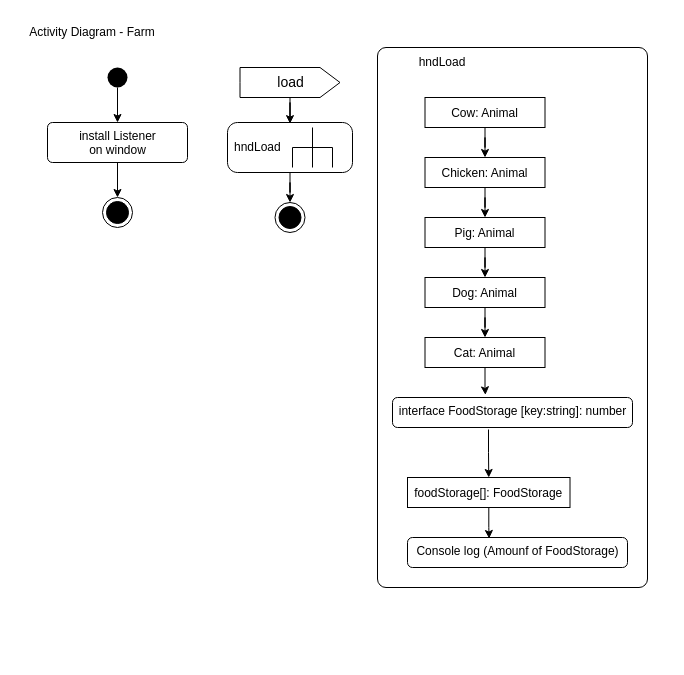
DieErdnuss/EIA_2 keeps this draw.io diagram as L09_Classes/Farm/Konzept/Activity Diagram_Farm.drawio. Above is the earlier version. Source tidied: cells renumbered, new cells numbered last; positions are measured from the earlier drawing's top-left corner, leaving out a move shared by most shapes. Both pictures are drawn from the tidied source at 100%, with x=0, y=0 at pixel (17, 17).
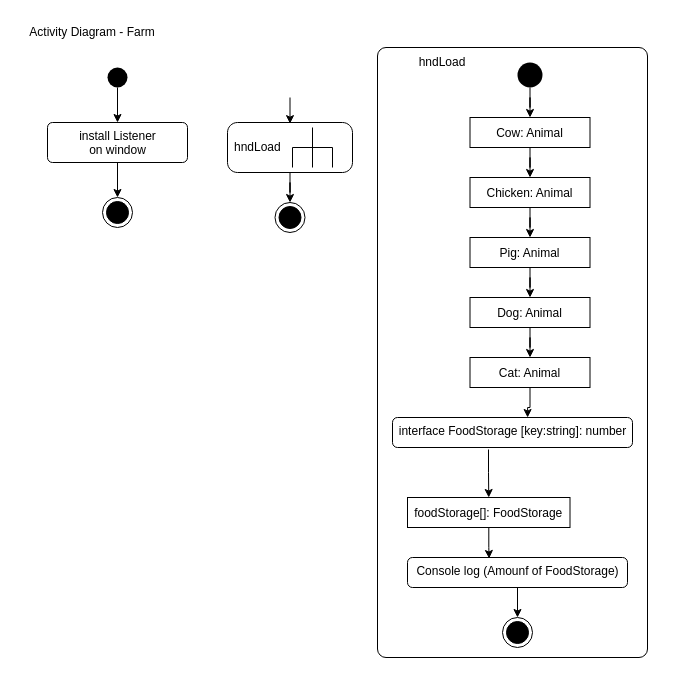
The same page after the edit.

Unchanged cells that the change refers to:
```xml
<mxCell id="4" value="hndLoad" style="shape=mxgraph.uml25.behaviorAction;html=1;rounded=1;absoluteArcSize=1;arcSize=10;align=left;spacingLeft=5;fontSize=12;" parent="1" vertex="1">
  <mxGeometry x="210" y="105" width="125" height="50" as="geometry" />
</mxCell>
<mxCell id="17" value="Cow: Animal" style="fontStyle=0;fontSize=12;" parent="16" vertex="1">
  <mxGeometry x="22.5" width="120" height="30" as="geometry" />
</mxCell>
<mxCell id="21" value="Cat: Animal" style="fontStyle=0;fontSize=12;" parent="16" vertex="1">
  <mxGeometry x="22.5" y="240" width="120" height="30" as="geometry" />
</mxCell>
```

The edit, as a diff of the source:
```diff
@@
-    <mxCell id="8" style="edgeStyle=orthogonalEdgeStyle;rounded=0;jettySize=auto;html=1;entryX=0.5;entryY=0.023;entryDx=0;entryDy=0;entryPerimeter=0;fontSize=12;" parent="1" edge="1" source="9" target="4">
-      <mxGeometry relative="1" as="geometry" />
+    <mxCell id="8" style="edgeStyle=orthogonalEdgeStyle;rounded=0;jettySize=auto;html=1;entryX=0.5;entryY=0.023;entryDx=0;entryDy=0;entryPerimeter=0;fontSize=12;" parent="1" edge="1" target="4">
+      <mxGeometry relative="1" as="geometry">
+        <mxPoint x="272.5" y="80" as="sourcePoint" />
+      </mxGeometry>
     </mxCell>
-    <mxCell id="9" value="load" style="html=1;shape=mxgraph.infographic.ribbonSimple;notch1=0;notch2=20;align=center;verticalAlign=middle;fontSize=14;fontStyle=0;fillColor=#FFFFFF;" parent="1" vertex="1">
-      <mxGeometry x="222.5" y="50" width="100" height="30" as="geometry" />
-    </mxCell>
@@
     <mxCell id="13" style="group;" parent="1" vertex="1">
-      <mxGeometry x="360" y="30" width="270" height="540" as="geometry" />
+      <mxGeometry x="360" y="30" width="290" height="610" as="geometry" />
     </mxCell>
     <mxCell id="14" value="&lt;div align=&quot;left&quot;&gt;&lt;br&gt;&lt;/div&gt;" style="html=1;align=left;verticalAlign=middle;rounded=1;absoluteArcSize=1;arcSize=17;dashed=0;fontSize=12;" parent="13" vertex="1">
-      <mxGeometry width="270" height="540" as="geometry" />
+      <mxGeometry width="270" height="610" as="geometry" />
     </mxCell>
@@
+    <mxCell id="28" style="edgeStyle=orthogonalEdgeStyle;rounded=0;jettySize=auto;html=1;fontSize=12;entryX=0.563;entryY=0;entryDx=0;entryDy=0;entryPerimeter=0;" parent="13" edge="1" source="21" target="31">
+      <mxGeometry relative="1" as="geometry" />
+    </mxCell>
+    <mxCell id="29" style="edgeStyle=orthogonalEdgeStyle;rounded=0;jettySize=auto;html=1;entryX=0.371;entryY=0.033;entryDx=0;entryDy=0;entryPerimeter=0;" parent="13" edge="1" source="26" target="27">
+      <mxGeometry relative="1" as="geometry" />
+    </mxCell>
+    <mxCell id="30" style="edgeStyle=orthogonalEdgeStyle;rounded=0;jettySize=auto;html=1;entryX=0.5;entryY=0;entryDx=0;entryDy=0;exitX=0.4;exitY=1.067;exitDx=0;exitDy=0;exitPerimeter=0;" parent="13" edge="1" source="31" target="26">
+      <mxGeometry relative="1" as="geometry" />
+    </mxCell>
+    <mxCell id="32" style="edgeStyle=orthogonalEdgeStyle;rounded=0;jettySize=auto;html=1;entryX=0.5;entryY=0;entryDx=0;entryDy=0;" parent="13" edge="1" source="33" target="17">
+      <mxGeometry relative="1" as="geometry" />
+    </mxCell>
+    <mxCell id="33" style="ellipse;fillColor=#000000;strokeColor=none;" parent="13" vertex="1">
+      <mxGeometry x="140" y="15" width="25" height="25" as="geometry" />
+    </mxCell>
     <mxCell id="16" style="group;" parent="13" vertex="1">
-      <mxGeometry x="25" y="50" width="220" height="390" as="geometry" />
+      <mxGeometry x="70" y="70" width="220" height="390" as="geometry" />
     </mxCell>
@@
+    <mxCell id="31" value="interface FoodStorage [key:string]: number " style="html=1;align=center;verticalAlign=top;rounded=1;absoluteArcSize=1;arcSize=10;dashed=0;fontSize=12;" parent="13" vertex="1">
+      <mxGeometry x="15" y="370" width="240" height="30" as="geometry" />
+    </mxCell>
     <mxCell id="26" value="foodStorage[]: FoodStorage" style="fontStyle=0;fontSize=12;" parent="13" vertex="1">
-      <mxGeometry x="30" y="430" width="162.5" height="30" as="geometry" />
+      <mxGeometry x="30" y="450" width="162.5" height="30" as="geometry" />
     </mxCell>
+    <mxCell id="34" style="edgeStyle=orthogonalEdgeStyle;rounded=0;jettySize=auto;html=1;entryX=0.5;entryY=0;entryDx=0;entryDy=0;" parent="13" edge="1" source="27" target="35">
+      <mxGeometry relative="1" as="geometry" />
+    </mxCell>
     <mxCell id="27" value="Console log (Amounf of FoodStorage)" style="html=1;align=center;verticalAlign=top;rounded=1;absoluteArcSize=1;arcSize=10;dashed=0;fontSize=12;" parent="13" vertex="1">
-      <mxGeometry x="30" y="490" width="220" height="30" as="geometry" />
+      <mxGeometry x="30" y="510" width="220" height="30" as="geometry" />
     </mxCell>
-    <mxCell id="28" style="edgeStyle=orthogonalEdgeStyle;rounded=0;jettySize=auto;html=1;fontSize=12;entryX=0.387;entryY=-0.089;entryDx=0;entryDy=0;entryPerimeter=0;" parent="13" edge="1" source="21" target="31">
-      <mxGeometry relative="1" as="geometry" />
-    </mxCell>
-    <mxCell id="29" style="edgeStyle=orthogonalEdgeStyle;rounded=0;jettySize=auto;html=1;entryX=0.371;entryY=0.033;entryDx=0;entryDy=0;entryPerimeter=0;" parent="13" edge="1" source="26" target="27">
-      <mxGeometry relative="1" as="geometry" />
-    </mxCell>
-    <mxCell id="30" style="edgeStyle=orthogonalEdgeStyle;rounded=0;jettySize=auto;html=1;entryX=0.5;entryY=0;entryDx=0;entryDy=0;exitX=0.4;exitY=1.067;exitDx=0;exitDy=0;exitPerimeter=0;" parent="13" edge="1" source="31" target="26">
-      <mxGeometry relative="1" as="geometry" />
-    </mxCell>
-    <mxCell id="31" value="interface FoodStorage [key:string]: number " style="html=1;align=center;verticalAlign=top;rounded=1;absoluteArcSize=1;arcSize=10;dashed=0;fontSize=12;" parent="13" vertex="1">
-      <mxGeometry x="15" y="350" width="240" height="30" as="geometry" />
-    </mxCell>
+    <mxCell id="35" style="ellipse;html=1;shape=endState;fillColor=#000000;strokeColor=#000000;" parent="13" vertex="1">
+      <mxGeometry x="125" y="570" width="30" height="30" as="geometry" />
+    </mxCell>
```
